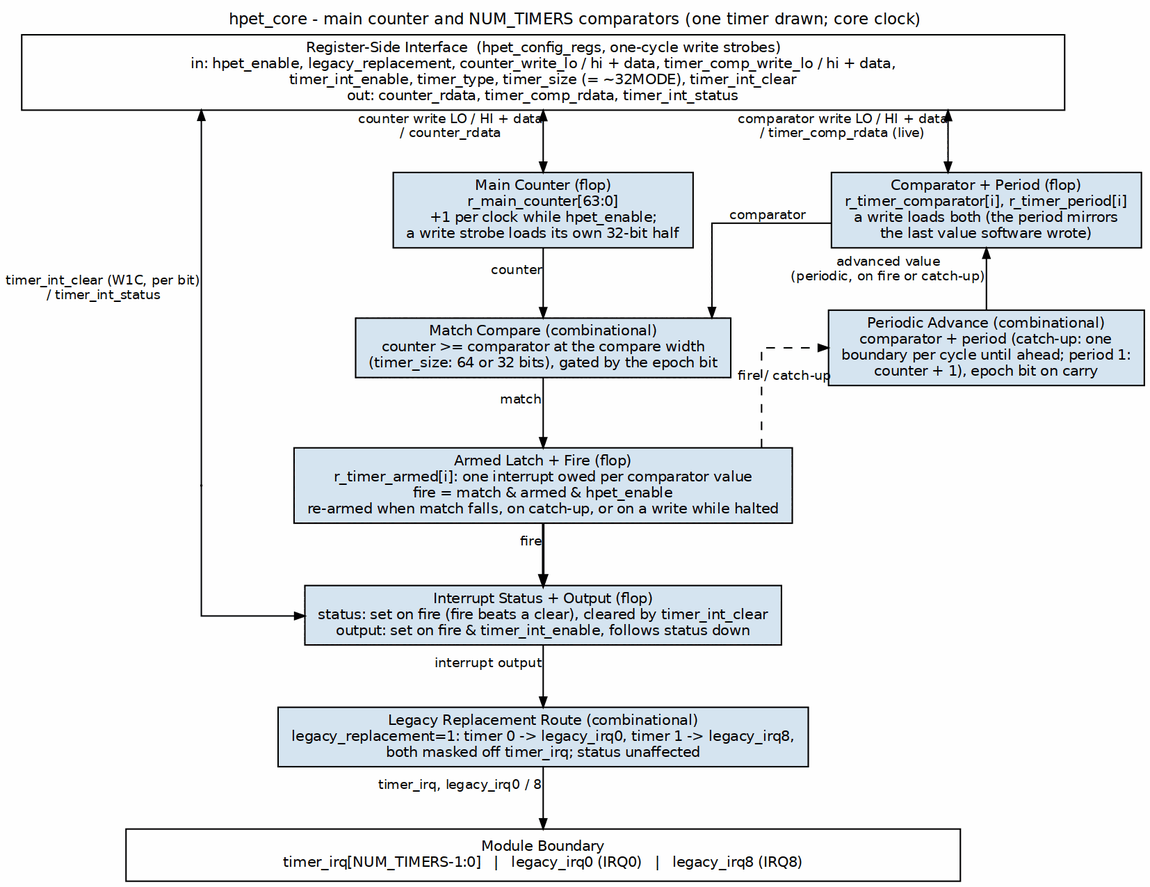
The Graphviz diagram projects/components/legacy-ip/retro_legacy_blocks/docs/hpet_mas/assets/graphviz/hpet_core.png in sean-galloway/RTLDesignSherpa, before a commit. Its source is kept beside it as projects/components/legacy-ip/retro_legacy_blocks/docs/hpet_mas/assets/graphviz/hpet_core.dot. Source of this version:
```dot
digraph hpet_core {
    graph [rankdir=TB, bgcolor="white", fontname="Helvetica", fontsize=11,
           nodesep="0.45", ranksep="0.60", splines=ortho, newrank=true,
           label="hpet_core - main counter and NUM_TIMERS comparators (one timer drawn; core clock)",
           labelloc=t, labeljust=c];
    node  [fontname="Helvetica", fontsize=10, shape=box, style=filled,
           fillcolor="#D6E4F0", color="black", margin="0.12,0.06"];
    edge  [fontname="Helvetica", fontsize=9, color="black", arrowsize=0.7];

    port [label="Register-Side Interface  (hpet_config_regs, one-cycle write strobes)\nin: hpet_enable, legacy_replacement, counter_write_lo / hi + data, timer_comp_write_lo / hi + data,\ntimer_int_enable, timer_type, timer_size (= ~32MODE), timer_int_clear\nout: counter_rdata, timer_comp_rdata, timer_int_status",
          fillcolor="white", width=10.0];

    cnt  [group=C, label="Main Counter (flop)\nr_main_counter[63:0]\n+1 per clock while hpet_enable;\na write strobe loads its own 32-bit half"];
    comp [group=R, label="Comparator + Period (flop)\nr_timer_comparator[i], r_timer_period[i]\na write loads both (the period mirrors\nthe last value software wrote)"];

    mat  [group=C, label="Match Compare (combinational)\ncounter >= comparator at the compare width\n(timer_size: 64 or 32 bits), gated by the epoch bit"];
    adv  [group=R, label="Periodic Advance (combinational)\ncomparator + period (catch-up: one\nboundary per cycle until ahead; period 1:\ncounter + 1), epoch bit on carry"];

    arm  [group=C, label="Armed Latch + Fire (flop)\nr_timer_armed[i]: one interrupt owed per comparator value\nfire = match & armed & hpet_enable\nre-armed when match falls, on catch-up, or on a write while halted"];

    sts  [group=C, label="Interrupt Status + Output (flop)\nstatus: set on fire (fire beats a clear), cleared by timer_int_clear\noutput: set on fire & timer_int_enable, follows status down"];

    leg  [group=C, label="Legacy Replacement Route (combinational)\nlegacy_replacement=1: timer 0 -> legacy_irq0, timer 1 -> legacy_irq8,\nboth masked off timer_irq; status unaffected"];

    bar [group=C, label="Module Boundary\ntimer_irq[NUM_TIMERS-1:0]   |   legacy_irq0 (IRQ0)   |   legacy_irq8 (IRQ8)", fillcolor="white", width=8.0];

    port -> cnt  [dir=both, xlabel="counter write LO / HI + data\n/ counter_rdata"];
    port -> comp [dir=both, xlabel="comparator write LO / HI + data\n/ timer_comp_rdata (live)"];
    cnt  -> mat  [xlabel="counter"];
    comp -> mat  [xlabel="comparator"];
    mat  -> arm  [xlabel="match"];
    arm  -> sts  [penwidth=1.8, xlabel="fire"];
    sts  -> leg  [xlabel="interrupt output"];
    leg  -> bar  [xlabel="timer_irq, legacy_irq0 / 8"];

    comp -> adv  [dir=back, xlabel="advanced value\n(periodic, on fire or catch-up)"];
    arm  -> adv  [style=dashed, constraint=false, xlabel="fire / catch-up"];

    p_st [shape=point, width=0.01, group=L];
    port -> p_st [dir=back, headclip=false, xlabel="timer_int_clear (W1C, per bit)\n/ timer_int_status"];
    p_st -> sts  [tailclip=false];

    { rank=same; cnt; comp; }
    cnt -> comp [style=invis, minlen=3];
    { rank=same; mat; adv; }
    { rank=same; p_st; arm; }
    p_st -> arm [style=invis, minlen=2];
}
```
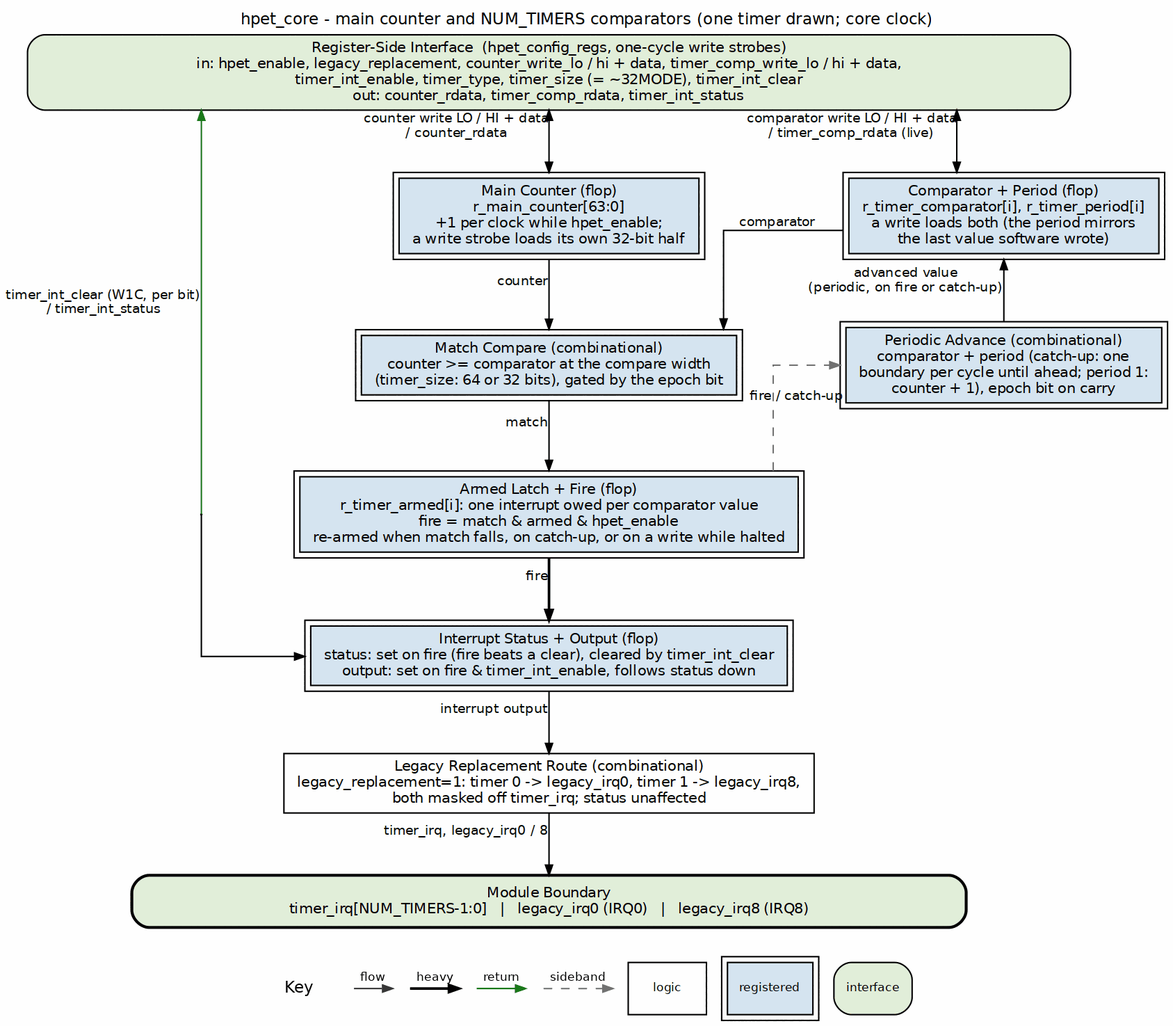
Above is the later version.

Diff of the diagram source:
```diff
@@ -4,25 +4,25 @@
            label="hpet_core - main counter and NUM_TIMERS comparators (one timer drawn; core clock)",
            labelloc=t, labeljust=c];
     node  [fontname="Helvetica", fontsize=10, shape=box, style=filled,
-           fillcolor="#D6E4F0", color="black", margin="0.12,0.06"];
+           fillcolor="white", color="black", margin="0.12,0.06"];
     edge  [fontname="Helvetica", fontsize=9, color="black", arrowsize=0.7];
 
     port [label="Register-Side Interface  (hpet_config_regs, one-cycle write strobes)\nin: hpet_enable, legacy_replacement, counter_write_lo / hi + data, timer_comp_write_lo / hi + data,\ntimer_int_enable, timer_type, timer_size (= ~32MODE), timer_int_clear\nout: counter_rdata, timer_comp_rdata, timer_int_status",
-          fillcolor="white", width=10.0];
+          fillcolor="white", width=10.0, style="rounded,filled", fillcolor="#E2EFDA"];
 
-    cnt  [group=C, label="Main Counter (flop)\nr_main_counter[63:0]\n+1 per clock while hpet_enable;\na write strobe loads its own 32-bit half"];
-    comp [group=R, label="Comparator + Period (flop)\nr_timer_comparator[i], r_timer_period[i]\na write loads both (the period mirrors\nthe last value software wrote)"];
+    cnt  [group=C, label="Main Counter (flop)\nr_main_counter[63:0]\n+1 per clock while hpet_enable;\na write strobe loads its own 32-bit half", peripheries=2, style="filled", fillcolor="#D6E4F0"];
+    comp [group=R, label="Comparator + Period (flop)\nr_timer_comparator[i], r_timer_period[i]\na write loads both (the period mirrors\nthe last value software wrote)", peripheries=2, style="filled", fillcolor="#D6E4F0"];
 
-    mat  [group=C, label="Match Compare (combinational)\ncounter >= comparator at the compare width\n(timer_size: 64 or 32 bits), gated by the epoch bit"];
-    adv  [group=R, label="Periodic Advance (combinational)\ncomparator + period (catch-up: one\nboundary per cycle until ahead; period 1:\ncounter + 1), epoch bit on carry"];
+    mat  [group=C, label="Match Compare (combinational)\ncounter >= comparator at the compare width\n(timer_size: 64 or 32 bits), gated by the epoch bit", peripheries=2, style="filled", fillcolor="#D6E4F0"];
+    adv  [group=R, label="Periodic Advance (combinational)\ncomparator + period (catch-up: one\nboundary per cycle until ahead; period 1:\ncounter + 1), epoch bit on carry", peripheries=2, style="filled", fillcolor="#D6E4F0"];
 
-    arm  [group=C, label="Armed Latch + Fire (flop)\nr_timer_armed[i]: one interrupt owed per comparator value\nfire = match & armed & hpet_enable\nre-armed when match falls, on catch-up, or on a write while halted"];
+    arm  [group=C, label="Armed Latch + Fire (flop)\nr_timer_armed[i]: one interrupt owed per comparator value\nfire = match & armed & hpet_enable\nre-armed when match falls, on catch-up, or on a write while halted", peripheries=2, style="filled", fillcolor="#D6E4F0"];
 
-    sts  [group=C, label="Interrupt Status + Output (flop)\nstatus: set on fire (fire beats a clear), cleared by timer_int_clear\noutput: set on fire & timer_int_enable, follows status down"];
+    sts  [group=C, label="Interrupt Status + Output (flop)\nstatus: set on fire (fire beats a clear), cleared by timer_int_clear\noutput: set on fire & timer_int_enable, follows status down", peripheries=2, style="filled", fillcolor="#D6E4F0"];
 
-    leg  [group=C, label="Legacy Replacement Route (combinational)\nlegacy_replacement=1: timer 0 -> legacy_irq0, timer 1 -> legacy_irq8,\nboth masked off timer_irq; status unaffected"];
+    leg  [group=C, label="Legacy Replacement Route (combinational)\nlegacy_replacement=1: timer 0 -> legacy_irq0, timer 1 -> legacy_irq8,\nboth masked off timer_irq; status unaffected", style="filled", fillcolor="white"];
 
-    bar [group=C, label="Module Boundary\ntimer_irq[NUM_TIMERS-1:0]   |   legacy_irq0 (IRQ0)   |   legacy_irq8 (IRQ8)", fillcolor="white", width=8.0];
+    bar [group=C, label="Module Boundary\ntimer_irq[NUM_TIMERS-1:0]   |   legacy_irq0 (IRQ0)   |   legacy_irq8 (IRQ8)", fillcolor="white", width=8.0, style="rounded,filled,bold", fillcolor="#E2EFDA"];
 
     port -> cnt  [dir=both, xlabel="counter write LO / HI + data\n/ counter_rdata"];
     port -> comp [dir=both, xlabel="comparator write LO / HI + data\n/ timer_comp_rdata (live)"];
@@ -34,10 +34,10 @@
     leg  -> bar  [xlabel="timer_irq, legacy_irq0 / 8"];
 
     comp -> adv  [dir=back, xlabel="advanced value\n(periodic, on fire or catch-up)"];
-    arm  -> adv  [style=dashed, constraint=false, xlabel="fire / catch-up"];
+    arm  -> adv  [style=dashed, color="#777777", constraint=false, xlabel="fire / catch-up"];
 
     p_st [shape=point, width=0.01, group=L];
-    port -> p_st [dir=back, headclip=false, xlabel="timer_int_clear (W1C, per bit)\n/ timer_int_status"];
+    port -> p_st [color="#1A7A1A", dir=back, headclip=false, xlabel="timer_int_clear (W1C, per bit)\n/ timer_int_status"];
     p_st -> sts  [tailclip=false];
 
     { rank=same; cnt; comp; }
```
